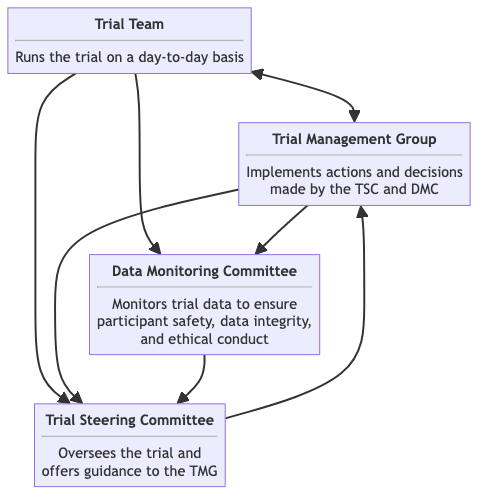
Earlier version of the Mermaid export shared-assets/trial-organisation-overview-figure.png (martingerdin/advance-trauma-trial). Its source is kept beside it as shared-assets/trial-organisation-overview-figure.mmd.
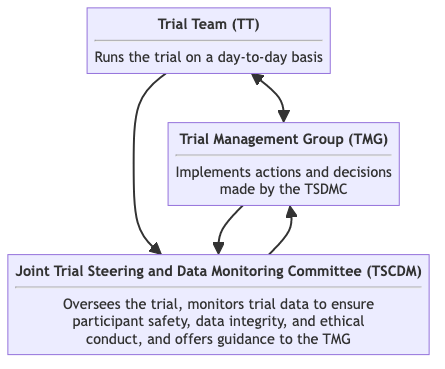
Later version of the same file.

Diff of the diagram source:
```diff
@@ -1,14 +1,10 @@
 flowchart
     %%{init:{'flowchart':{'nodeSpacing': 50,'rankSpacing': 50,'curve': 'basis'}, 'themeVariables':{'darkMode': true, 'fontSize': '11pt'}}}%%
     direction TB
-    TT[<b>Trial Team</b><hr>Runs the trial on a day-to-day basis]
-    TMG[<b>Trial Management Group</b><hr>Implements actions and decisions<br>made by the TSC and DMC]
-    TSC[<b>Trial Steering Committee</b><hr>Oversees the trial and<br>offers guidance to the TMG]
-    DMC[<b>Data Monitoring Committee</b><hr>Monitors trial data to ensure<br>participant safety, data integrity,<br>and ethical conduct]
+    TT["<b>Trial Team (TT)</b><hr>Runs the trial on a day-to-day basis"]
+    TMG["<b>Trial Management Group (TMG)</b><hr>Implements actions and decisions<br>made by the TSDMC"]
+    JTSDMC["<b>Joint Trial Steering and Data Monitoring Committee (TSCDM)</b><hr>Oversees the trial, monitors trial data to ensure<br> participant safety, data integrity, and ethical<br> conduct, and offers guidance to the TMG"]
     TT <--> TMG
-    TT --> DMC
-    TT --> TSC
-    TMG --> DMC
-    TMG --> TSC
-    TSC --> TMG
-    DMC --> TSC
+    TT --> JTSDMC
+    TMG --> JTSDMC
+    JTSDMC --> TMG
```
